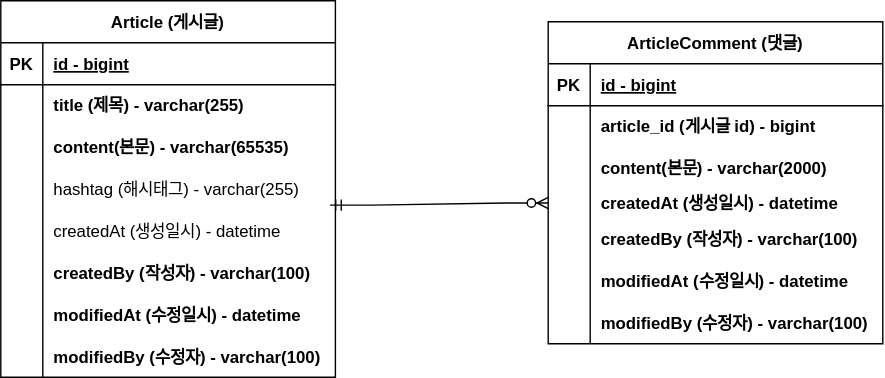
The draw.io diagram document/board-erd.svg in sagong0/fc-board-project, before a commit. Source tidied: cells renumbered, new cells last; positions are measured from the earlier drawing's top-left corner, leaving out a move shared by most shapes.
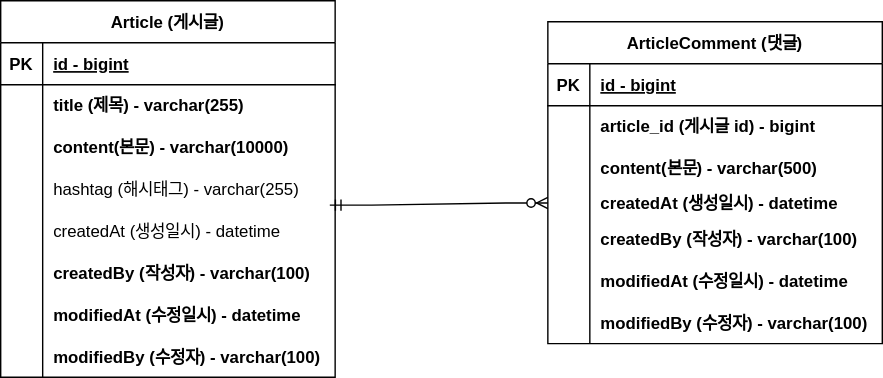
After the commit.

Commit message:
#10 - ERD 업데이트 : content SIZE 조절

Change to the diagram source:
```diff
@@ -29,7 +29,7 @@
     <mxCell id="10" style="shape=partialRectangle;overflow=hidden;fillColor=none;top=0;left=0;bottom=0;right=0;" parent="9" vertex="1">
       <mxGeometry width="30" height="30" as="geometry" />
     </mxCell>
-    <mxCell id="11" value="content(본문) - varchar(65535)" style="shape=partialRectangle;overflow=hidden;fillColor=none;top=0;left=0;bottom=0;right=0;align=left;spacingLeft=6;fontStyle=1;" parent="9" vertex="1">
+    <mxCell id="11" value="content(본문) - varchar(10000)" style="shape=partialRectangle;overflow=hidden;fillColor=none;top=0;left=0;bottom=0;right=0;align=left;spacingLeft=6;fontStyle=1;" parent="9" vertex="1">
       <mxGeometry x="30" width="209" height="30" as="geometry" />
     </mxCell>
     <mxCell id="12" style="shape=partialRectangle;fillColor=none;top=0;left=0;right=0;bottom=0;" parent="2" vertex="1">
@@ -107,7 +107,7 @@
     <mxCell id="36" style="shape=partialRectangle;overflow=hidden;fillColor=none;top=0;left=0;bottom=0;right=0;" parent="35" vertex="1">
       <mxGeometry width="30" height="30" as="geometry" />
     </mxCell>
-    <mxCell id="37" value="content(본문) - varchar(2000)" style="shape=partialRectangle;overflow=hidden;fillColor=none;top=0;left=0;bottom=0;right=0;align=left;spacingLeft=6;fontStyle=1;" parent="35" vertex="1">
+    <mxCell id="37" value="content(본문) - varchar(500)" style="shape=partialRectangle;overflow=hidden;fillColor=none;top=0;left=0;bottom=0;right=0;align=left;spacingLeft=6;fontStyle=1;" parent="35" vertex="1">
       <mxGeometry x="30" width="209" height="30" as="geometry" />
     </mxCell>
     <mxCell id="38" style="shape=partialRectangle;fillColor=none;points=[[0,0.5],[1,0.5]];portConstraint=eastwest;top=0;left=0;right=0;bottom=0;" parent="28" vertex="1">
```
